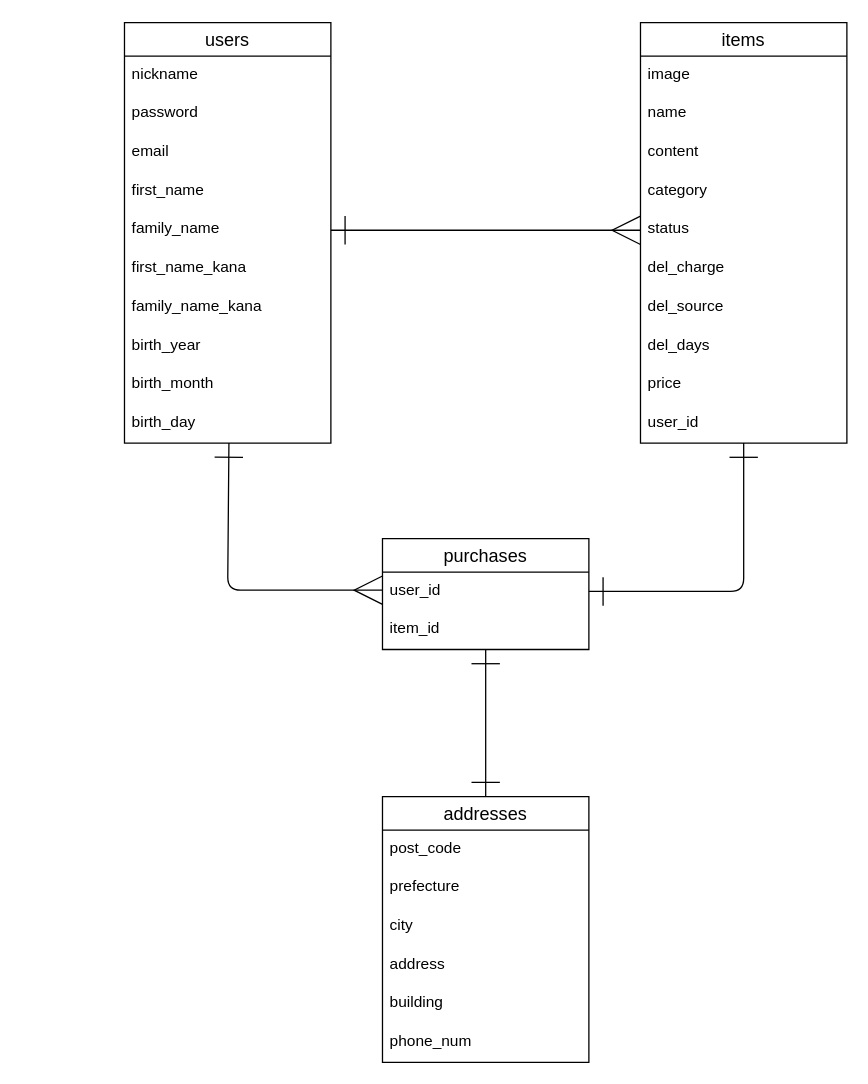
Before: furima-er.dio in samape/furima-37831, a draw.io diagram. Source tidied: cells renumbered, new cells numbered last; positions are measured from the earlier drawing's top-left corner, leaving out a move shared by most shapes. Both pictures are drawn from the tidied source at 129%, with x=0, y=0 at pixel (124, 22).
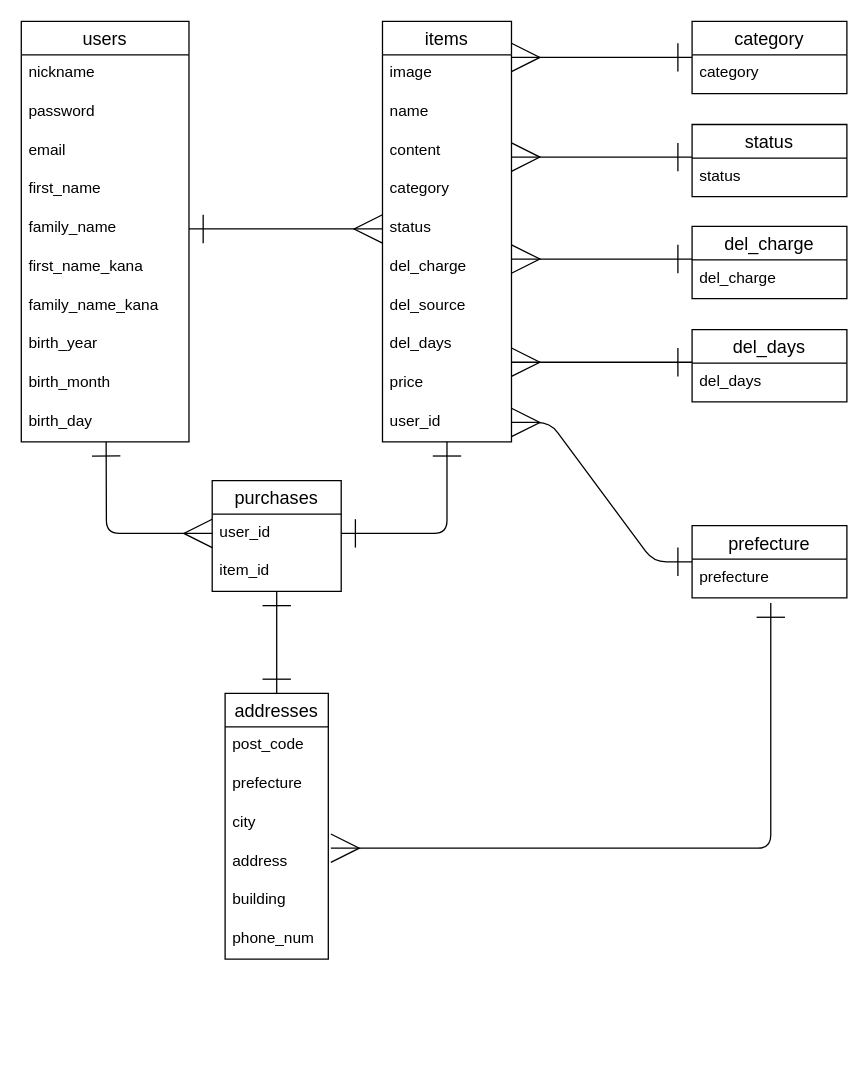
The same diagram, later.

Commit message (it also covers changes not shown here):
データベース設計　修正

Change to the diagram source:
```diff
@@
     <mxCell id="2" value="users" style="swimlane;fontStyle=0;horizontal=1;startSize=26;align=center;fontSize=14;" parent="1" vertex="1">
-      <mxGeometry width="160" height="326" as="geometry" />
+      <mxGeometry x="-80" y="-1" width="130" height="326" as="geometry" />
     </mxCell>
     <mxCell id="3" value="nickname" style="text;strokeColor=none;fillColor=none;spacingLeft=4;spacingRight=4;overflow=hidden;fontSize=12;" parent="2" vertex="1">
-      <mxGeometry y="26" width="160" height="30" as="geometry" />
+      <mxGeometry y="26" width="130" height="30" as="geometry" />
     </mxCell>
     <mxCell id="4" value="password" style="text;strokeColor=none;fillColor=none;spacingLeft=4;spacingRight=4;overflow=hidden;fontSize=12;" parent="2" vertex="1">
-      <mxGeometry y="56" width="160" height="30" as="geometry" />
+      <mxGeometry y="56" width="130" height="30" as="geometry" />
     </mxCell>
     <mxCell id="5" value="email" style="text;strokeColor=none;fillColor=none;spacingLeft=4;spacingRight=4;overflow=hidden;fontSize=12;" parent="2" vertex="1">
-      <mxGeometry y="86" width="160" height="30" as="geometry" />
+      <mxGeometry y="86" width="130" height="30" as="geometry" />
     </mxCell>
     <mxCell id="6" value="first_name" style="text;strokeColor=none;fillColor=none;spacingLeft=4;spacingRight=4;overflow=hidden;fontSize=12;" parent="2" vertex="1">
-      <mxGeometry y="116" width="160" height="30" as="geometry" />
+      <mxGeometry y="116" width="130" height="30" as="geometry" />
     </mxCell>
     <mxCell id="7" value="family_name" style="text;strokeColor=none;fillColor=none;spacingLeft=4;spacingRight=4;overflow=hidden;points=[[0,0.5],[1,0.5]];portConstraint=eastwest;fontSize=12;" parent="2" vertex="1">
-      <mxGeometry y="146" width="160" height="30" as="geometry" />
+      <mxGeometry y="146" width="130" height="30" as="geometry" />
     </mxCell>
     <mxCell id="8" value="first_name_kana" style="text;strokeColor=none;fillColor=none;spacingLeft=4;spacingRight=4;overflow=hidden;fontSize=12;" parent="2" vertex="1">
-      <mxGeometry y="176" width="160" height="30" as="geometry" />
+      <mxGeometry y="176" width="130" height="30" as="geometry" />
     </mxCell>
     <mxCell id="9" value="family_name_kana" style="text;strokeColor=none;fillColor=none;spacingLeft=4;spacingRight=4;overflow=hidden;fontSize=12;" parent="2" vertex="1">
-      <mxGeometry y="206" width="160" height="30" as="geometry" />
+      <mxGeometry y="206" width="130" height="30" as="geometry" />
     </mxCell>
     <mxCell id="10" value="birth_year" style="text;strokeColor=none;fillColor=none;spacingLeft=4;spacingRight=4;overflow=hidden;fontSize=12;" parent="2" vertex="1">
-      <mxGeometry y="236" width="160" height="30" as="geometry" />
+      <mxGeometry y="236" width="130" height="30" as="geometry" />
     </mxCell>
     <mxCell id="11" value="birth_month" style="text;strokeColor=none;fillColor=none;spacingLeft=4;spacingRight=4;overflow=hidden;fontSize=12;" parent="2" vertex="1">
-      <mxGeometry y="266" width="160" height="30" as="geometry" />
+      <mxGeometry y="266" width="130" height="30" as="geometry" />
     </mxCell>
     <mxCell id="12" value="birth_day" style="text;strokeColor=none;fillColor=none;spacingLeft=4;spacingRight=4;overflow=hidden;points=[[0,0.5],[1,0.5]];portConstraint=eastwest;fontSize=12;" parent="2" vertex="1">
-      <mxGeometry y="296" width="160" height="30" as="geometry" />
+      <mxGeometry y="296" width="130" height="30" as="geometry" />
     </mxCell>
     <mxCell id="13" value="items" style="swimlane;fontStyle=0;horizontal=1;startSize=26;align=center;fontSize=14;" parent="1" vertex="1">
-      <mxGeometry x="400" width="160" height="326" as="geometry" />
+      <mxGeometry x="200" y="-1" width="100" height="326" as="geometry" />
     </mxCell>
     <mxCell id="14" value="image" style="text;strokeColor=none;fillColor=none;spacingLeft=4;spacingRight=4;overflow=hidden;fontSize=12;" parent="13" vertex="1">
-      <mxGeometry y="26" width="160" height="30" as="geometry" />
+      <mxGeometry y="26" width="100" height="30" as="geometry" />
     </mxCell>
     <mxCell id="15" value="name" style="text;strokeColor=none;fillColor=none;spacingLeft=4;spacingRight=4;overflow=hidden;fontSize=12;" parent="13" vertex="1">
-      <mxGeometry y="56" width="160" height="30" as="geometry" />
+      <mxGeometry y="56" width="100" height="30" as="geometry" />
     </mxCell>
     <mxCell id="16" value="content" style="text;strokeColor=none;fillColor=none;spacingLeft=4;spacingRight=4;overflow=hidden;fontSize=12;" parent="13" vertex="1">
-      <mxGeometry y="86" width="160" height="30" as="geometry" />
+      <mxGeometry y="86" width="100" height="30" as="geometry" />
     </mxCell>
     <mxCell id="17" value="category" style="text;strokeColor=none;fillColor=none;spacingLeft=4;spacingRight=4;overflow=hidden;fontSize=12;" parent="13" vertex="1">
-      <mxGeometry y="116" width="160" height="30" as="geometry" />
+      <mxGeometry y="116" width="100" height="30" as="geometry" />
     </mxCell>
     <mxCell id="18" value="status" style="text;strokeColor=none;fillColor=none;spacingLeft=4;spacingRight=4;overflow=hidden;fontSize=12;" parent="13" vertex="1">
-      <mxGeometry y="146" width="160" height="30" as="geometry" />
+      <mxGeometry y="146" width="100" height="30" as="geometry" />
     </mxCell>
     <mxCell id="19" value="del_charge" style="text;strokeColor=none;fillColor=none;spacingLeft=4;spacingRight=4;overflow=hidden;fontSize=12;" parent="13" vertex="1">
-      <mxGeometry y="176" width="160" height="30" as="geometry" />
+      <mxGeometry y="176" width="100" height="30" as="geometry" />
     </mxCell>
     <mxCell id="20" value="del_source" style="text;strokeColor=none;fillColor=none;spacingLeft=4;spacingRight=4;overflow=hidden;fontSize=12;" parent="13" vertex="1">
-      <mxGeometry y="206" width="160" height="30" as="geometry" />
+      <mxGeometry y="206" width="100" height="30" as="geometry" />
     </mxCell>
     <mxCell id="21" value="del_days" style="text;strokeColor=none;fillColor=none;spacingLeft=4;spacingRight=4;overflow=hidden;fontSize=12;" parent="13" vertex="1">
-      <mxGeometry y="236" width="160" height="30" as="geometry" />
+      <mxGeometry y="236" width="100" height="30" as="geometry" />
     </mxCell>
     <mxCell id="22" value="price" style="text;strokeColor=none;fillColor=none;spacingLeft=4;spacingRight=4;overflow=hidden;fontSize=12;" parent="13" vertex="1">
-      <mxGeometry y="266" width="160" height="30" as="geometry" />
+      <mxGeometry y="266" width="100" height="30" as="geometry" />
     </mxCell>
     <mxCell id="23" value="user_id" style="text;strokeColor=none;fillColor=none;spacingLeft=4;spacingRight=4;overflow=hidden;points=[[0,0.5],[1,0.5]];portConstraint=eastwest;fontSize=12;" parent="13" vertex="1">
-      <mxGeometry y="296" width="160" height="30" as="geometry" />
+      <mxGeometry y="296" width="100" height="30" as="geometry" />
     </mxCell>
     <mxCell id="24" value="purchases" style="swimlane;fontStyle=0;horizontal=1;startSize=26;align=center;fontSize=14;" parent="1" vertex="1">
-      <mxGeometry x="200" y="400" width="160" height="86" as="geometry" />
+      <mxGeometry x="68" y="355" width="100" height="86" as="geometry" />
     </mxCell>
     <mxCell id="25" value="user_id" style="text;strokeColor=none;fillColor=none;spacingLeft=4;spacingRight=4;overflow=hidden;points=[[0,0.5],[1,0.5]];portConstraint=eastwest;fontSize=12;" parent="24" vertex="1">
-      <mxGeometry y="26" width="160" height="30" as="geometry" />
+      <mxGeometry y="26" width="100" height="30" as="geometry" />
     </mxCell>
     <mxCell id="26" value="item_id" style="text;strokeColor=none;fillColor=none;spacingLeft=4;spacingRight=4;overflow=hidden;points=[[0,0.5],[1,0.5]];portConstraint=eastwest;fontSize=12;" parent="24" vertex="1">
-      <mxGeometry y="56" width="160" height="30" as="geometry" />
+      <mxGeometry y="56" width="100" height="30" as="geometry" />
     </mxCell>
     <mxCell id="27" value="addresses" style="swimlane;fontStyle=0;horizontal=1;startSize=26;align=center;fontSize=14;" parent="1" vertex="1">
-      <mxGeometry x="200" y="600" width="160" height="206" as="geometry" />
+      <mxGeometry x="78" y="520" width="80" height="206" as="geometry" />
     </mxCell>
     <mxCell id="28" value="post_code" style="text;strokeColor=none;fillColor=none;spacingLeft=4;spacingRight=4;overflow=hidden;fontSize=12;" parent="27" vertex="1">
-      <mxGeometry y="26" width="160" height="30" as="geometry" />
+      <mxGeometry y="26" width="80" height="30" as="geometry" />
     </mxCell>
     <mxCell id="29" value="prefecture" style="text;strokeColor=none;fillColor=none;spacingLeft=4;spacingRight=4;overflow=hidden;fontSize=12;" parent="27" vertex="1">
-      <mxGeometry y="56" width="160" height="30" as="geometry" />
+      <mxGeometry y="56" width="80" height="30" as="geometry" />
     </mxCell>
     <mxCell id="30" value="city" style="text;strokeColor=none;fillColor=none;spacingLeft=4;spacingRight=4;overflow=hidden;fontSize=12;" parent="27" vertex="1">
-      <mxGeometry y="86" width="160" height="30" as="geometry" />
+      <mxGeometry y="86" width="80" height="30" as="geometry" />
     </mxCell>
     <mxCell id="31" value="address" style="text;strokeColor=none;fillColor=none;spacingLeft=4;spacingRight=4;overflow=hidden;fontSize=12;" parent="27" vertex="1">
-      <mxGeometry y="116" width="160" height="30" as="geometry" />
+      <mxGeometry y="116" width="80" height="30" as="geometry" />
     </mxCell>
     <mxCell id="32" value="building" style="text;strokeColor=none;fillColor=none;spacingLeft=4;spacingRight=4;overflow=hidden;fontSize=12;" parent="27" vertex="1">
-      <mxGeometry y="146" width="160" height="30" as="geometry" />
+      <mxGeometry y="146" width="80" height="30" as="geometry" />
     </mxCell>
     <mxCell id="33" value="phone_num" style="text;strokeColor=none;fillColor=none;spacingLeft=4;spacingRight=4;overflow=hidden;fontSize=12;" parent="27" vertex="1">
-      <mxGeometry y="176" width="160" height="30" as="geometry" />
+      <mxGeometry y="176" width="80" height="30" as="geometry" />
     </mxCell>
     <mxCell id="34" style="edgeStyle=entityRelationEdgeStyle;fontSize=12;html=1;endArrow=ERmany;exitX=1;exitY=0.5;exitDx=0;exitDy=0;startArrow=ERone;startFill=0;startSize=20;endSize=20;" parent="1" edge="1" source="7">
       <mxGeometry relative="1" as="geometry">
-        <mxPoint x="400" y="161" as="targetPoint" />
+        <mxPoint x="200" y="160" as="targetPoint" />
       </mxGeometry>
     </mxCell>
-    <mxCell id="35" style="fontSize=12;html=1;endArrow=ERmany;startArrow=ERone;startFill=0;startSize=20;endSize=20;targetPerimeterSpacing=0;exitX=0.506;exitY=1;exitDx=0;exitDy=0;exitPerimeter=0;" parent="1" edge="1" source="12">
+    <mxCell id="35" style="fontSize=12;html=1;endArrow=ERmany;startArrow=ERone;startFill=0;startSize=20;endSize=20;targetPerimeterSpacing=0;exitX=0.506;exitY=1;exitDx=0;exitDy=0;exitPerimeter=0;entryX=0;entryY=0.5;entryDx=0;entryDy=0;" parent="1" edge="1" source="12" target="25">
       <mxGeometry relative="1" as="geometry">
-        <mxPoint x="200" y="440" as="targetPoint" />
         <Array as="points">
-          <mxPoint x="80" y="440" />
+          <mxPoint x="-14" y="396" />
         </Array>
       </mxGeometry>
     </mxCell>
     <mxCell id="36" style="fontSize=12;html=1;endArrow=ERone;startArrow=ERone;startSize=20;endSize=20;targetPerimeterSpacing=0;startFill=0;endFill=0;exitX=1;exitY=0.5;exitDx=0;exitDy=0;" parent="1" edge="1" source="25" target="23">
       <mxGeometry relative="1" as="geometry">
         <Array as="points">
-          <mxPoint x="480" y="441" />
+          <mxPoint x="250" y="396" />
         </Array>
       </mxGeometry>
     </mxCell>
@@
+    <mxCell id="38" value="category" style="swimlane;fontStyle=0;horizontal=1;startSize=26;align=center;fontSize=14;" parent="1" vertex="1">
+      <mxGeometry x="440" y="-1" width="120" height="56" as="geometry" />
+    </mxCell>
+    <mxCell id="39" value="category" style="text;strokeColor=none;fillColor=none;spacingLeft=4;spacingRight=4;overflow=hidden;fontSize=12;" parent="38" vertex="1">
+      <mxGeometry y="26" width="120" height="30" as="geometry" />
+    </mxCell>
+    <mxCell id="40" value="status" style="swimlane;fontStyle=0;horizontal=1;startSize=26;align=center;fontSize=14;" parent="1" vertex="1">
+      <mxGeometry x="440" y="79" width="120" height="56" as="geometry" />
+    </mxCell>
+    <mxCell id="41" value="status" style="text;strokeColor=none;fillColor=none;spacingLeft=4;spacingRight=4;overflow=hidden;fontSize=12;" parent="40" vertex="1">
+      <mxGeometry y="26" width="120" height="30" as="geometry" />
+    </mxCell>
+    <mxCell id="42" value="del_charge" style="swimlane;fontStyle=0;horizontal=1;startSize=26;align=center;fontSize=14;" parent="1" vertex="1">
+      <mxGeometry x="440" y="158" width="120" height="56" as="geometry" />
+    </mxCell>
+    <mxCell id="43" value="del_charge" style="text;strokeColor=none;fillColor=none;spacingLeft=4;spacingRight=4;overflow=hidden;fontSize=12;" parent="42" vertex="1">
+      <mxGeometry y="26" width="120" height="30" as="geometry" />
+    </mxCell>
+    <mxCell id="44" value="del_days" style="swimlane;fontStyle=0;horizontal=1;startSize=26;align=center;fontSize=14;" parent="1" vertex="1">
+      <mxGeometry x="440" y="238" width="120" height="56" as="geometry" />
+    </mxCell>
+    <mxCell id="45" value="del_days" style="text;strokeColor=none;fillColor=none;spacingLeft=4;spacingRight=4;overflow=hidden;fontSize=12;" parent="44" vertex="1">
+      <mxGeometry y="26" width="120" height="30" as="geometry" />
+    </mxCell>
+    <mxCell id="46" value="prefecture" style="swimlane;fontStyle=0;horizontal=1;startSize=26;align=center;fontSize=14;" parent="1" vertex="1">
+      <mxGeometry x="440" y="390" width="120" height="56" as="geometry" />
+    </mxCell>
+    <mxCell id="47" value="prefecture" style="text;strokeColor=none;fillColor=none;spacingLeft=4;spacingRight=4;overflow=hidden;fontSize=12;" parent="46" vertex="1">
+      <mxGeometry y="26" width="120" height="30" as="geometry" />
+    </mxCell>
+    <mxCell id="48" style="edgeStyle=entityRelationEdgeStyle;fontSize=12;html=1;endArrow=ERone;startArrow=ERmany;startFill=0;startSize=20;endSize=20;endFill=0;" parent="1" edge="1">
+      <mxGeometry relative="1" as="geometry">
+        <mxPoint x="300" y="27" as="sourcePoint" />
+        <mxPoint x="440" y="27" as="targetPoint" />
+      </mxGeometry>
+    </mxCell>
+    <mxCell id="49" style="edgeStyle=entityRelationEdgeStyle;fontSize=12;html=1;endArrow=ERone;startArrow=ERmany;startFill=0;startSize=20;endSize=20;endFill=0;" parent="1" edge="1">
+      <mxGeometry relative="1" as="geometry">
+        <mxPoint x="300" y="104.3" as="sourcePoint" />
+        <mxPoint x="440" y="104.3" as="targetPoint" />
+      </mxGeometry>
+    </mxCell>
+    <mxCell id="50" style="edgeStyle=entityRelationEdgeStyle;fontSize=12;html=1;endArrow=ERone;startArrow=ERmany;startFill=0;startSize=20;endSize=20;endFill=0;" parent="1" edge="1">
+      <mxGeometry relative="1" as="geometry">
+        <mxPoint x="300" y="183.3" as="sourcePoint" />
+        <mxPoint x="440" y="183.3" as="targetPoint" />
+      </mxGeometry>
+    </mxCell>
+    <mxCell id="51" style="edgeStyle=entityRelationEdgeStyle;fontSize=12;html=1;endArrow=ERone;startArrow=ERmany;startFill=0;startSize=20;endSize=20;endFill=0;" parent="1" edge="1">
+      <mxGeometry relative="1" as="geometry">
+        <mxPoint x="300" y="263.3" as="sourcePoint" />
+        <mxPoint x="440" y="263.3" as="targetPoint" />
+      </mxGeometry>
+    </mxCell>
+    <mxCell id="52" style="edgeStyle=entityRelationEdgeStyle;fontSize=12;html=1;endArrow=ERone;startArrow=ERmany;startFill=0;startSize=20;endSize=20;endFill=0;" parent="1" edge="1">
+      <mxGeometry relative="1" as="geometry">
+        <mxPoint x="300" y="310" as="sourcePoint" />
+        <mxPoint x="440" y="418" as="targetPoint" />
+      </mxGeometry>
+    </mxCell>
+    <mxCell id="53" style="fontSize=12;html=1;endArrow=ERone;startArrow=ERmany;startFill=0;startSize=20;endSize=20;endFill=0;" parent="1" edge="1">
+      <mxGeometry relative="1" as="geometry">
+        <mxPoint x="160" y="640" as="sourcePoint" />
+        <mxPoint x="501" y="450" as="targetPoint" />
+        <Array as="points">
+          <mxPoint x="501" y="640" />
+        </Array>
+      </mxGeometry>
+    </mxCell>
```
